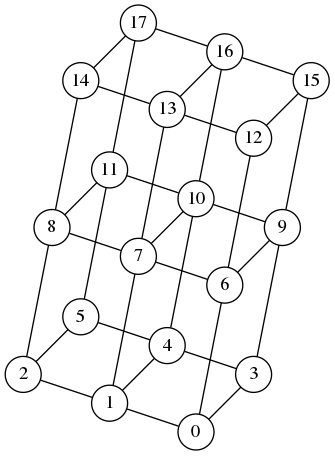
Above: graphs/article/ex2.dot.png in psqq/semi-diplom (Graphviz), before the change. Its source is kept beside it as graphs/article/ex2.dot.
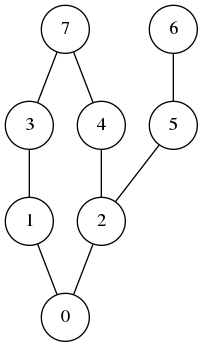
After the change.

The edit, as a diff of the source:
```diff
@@ -1,39 +1,8 @@
 digraph {
-node [ shape=circle, fixedsize=true, width=0.37 ]
+node [ shape=circle ]
 edge [ arrowhead=none ]
-0 -> {1; 3; 6;}
-1 -> {2; 4; 7;}
-2 -> {5; 8;}
-3 -> {4; 9;}
-4 -> {5; 10;}
-5 -> 11
-6 -> {7; 9; 12;}
-7 -> {8; 10; 13;}
-8 -> {14; 11;}
-9 -> {10; 15;}
-10 -> {11; 16;}
-11 -> 17
-12 -> {13; 15}
-13 -> {14; 16}
-14 -> 17
-15 -> 16
-16 -> 17
-0 [ pos = "6.00,0.00!" ]
-1 [ pos = "5.10,0.30!" ]
-2 [ pos = "4.20,0.60!" ]
-3 [ pos = "6.60,0.60!" ]
-4 [ pos = "5.70,0.90!" ]
-5 [ pos = "4.80,1.20!" ]
-6 [ pos = "6.30,1.53!" ]
-7 [ pos = "5.40,1.83!" ]
-8 [ pos = "4.50,2.13!" ]
-9 [ pos = "6.90,2.13!" ]
-10 [ pos = "6.00,2.43!" ]
-11 [ pos = "5.10,2.73!" ]
-12 [ pos = "6.60,3.06!" ]
-13 [ pos = "5.70,3.36!" ]
-14 [ pos = "4.80,3.66!" ]
-15 [ pos = "7.20,3.66!" ]
-16 [ pos = "6.30,3.96!" ]
-17 [ pos = "5.40,4.26!" ]
+rankdir = BT
+0 -> 1 -> 3 -> 7
+0 -> 2 -> 4 -> 7
+2 -> 5 -> 6
 }
```
